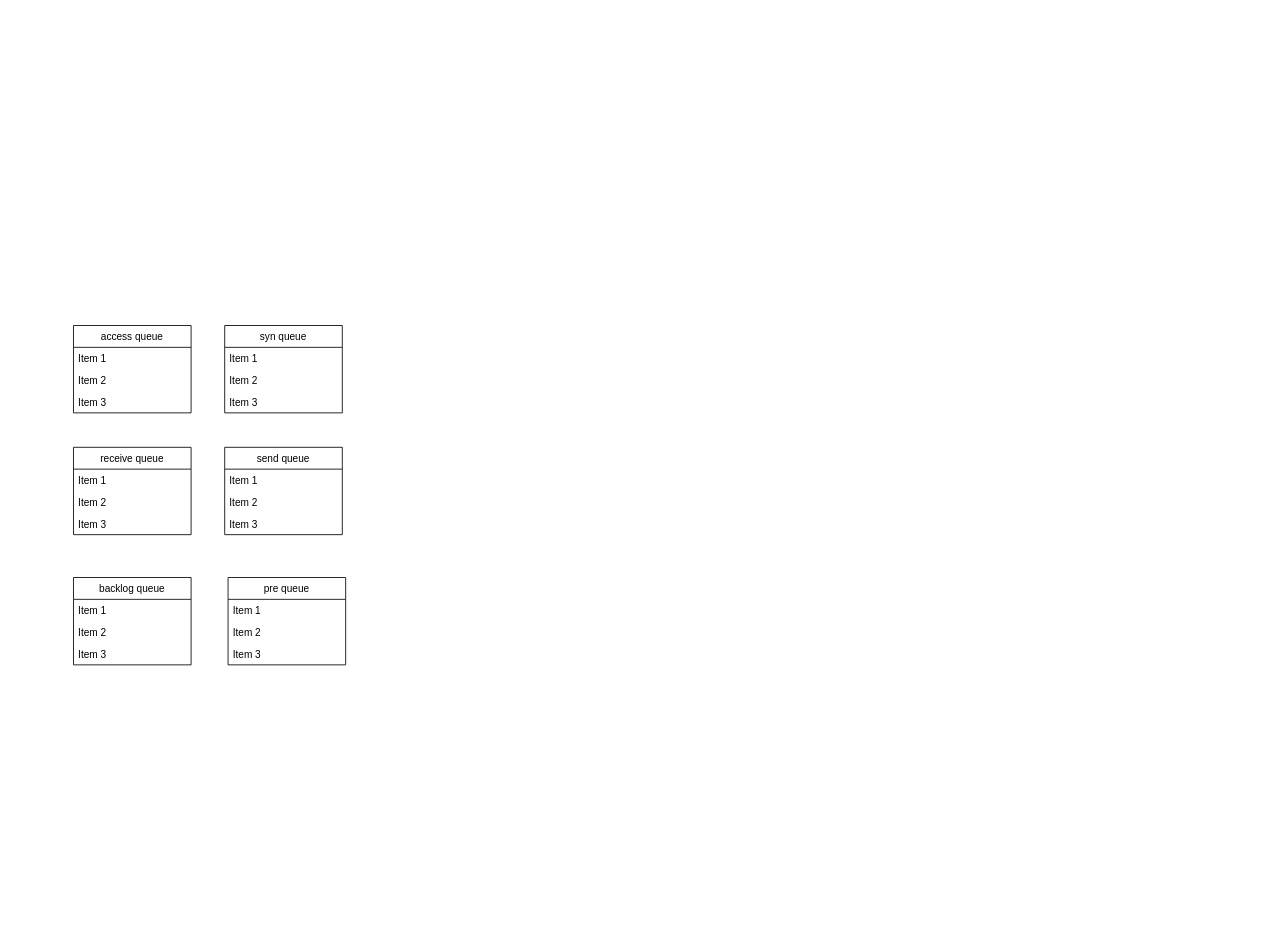
Above: Untitled Diagram.drawio in mqzhifu/drawpic (draw.io), before the change. Source tidied: cells renumbered, new cells numbered last; positions are measured from the earlier drawing's top-left corner, leaving out a move shared by most shapes. Both pictures are drawn from the tidied source at 84%, with x=0, y=0 at pixel (73, 325).
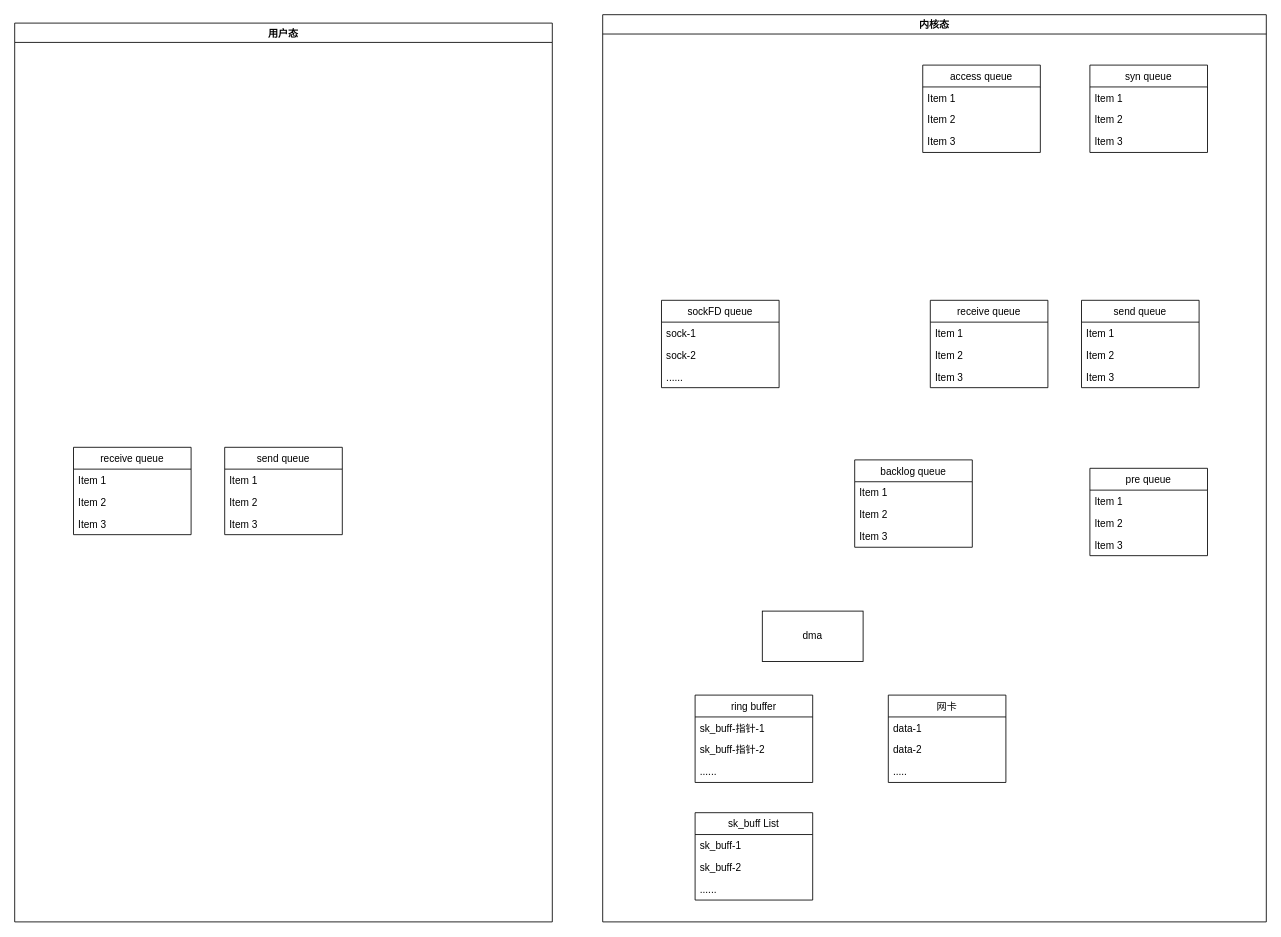
The same diagram, later.

Diff of the diagram source:
```diff
@@
+    <mxCell id="10" value="receive queue" style="swimlane;fontStyle=0;horizontal=1;startSize=26;fillColor=none;" parent="1" vertex="1">
+      <mxGeometry y="145" width="140" height="104" as="geometry" />
+    </mxCell>
+    <mxCell id="11" value="Item 1" style="text;strokeColor=none;fillColor=none;align=left;verticalAlign=top;spacingLeft=4;spacingRight=4;overflow=hidden;" parent="10" vertex="1">
+      <mxGeometry y="26" width="140" height="26" as="geometry" />
+    </mxCell>
+    <mxCell id="12" value="Item 2" style="text;strokeColor=none;fillColor=none;align=left;verticalAlign=top;spacingLeft=4;spacingRight=4;overflow=hidden;" parent="10" vertex="1">
+      <mxGeometry y="52" width="140" height="26" as="geometry" />
+    </mxCell>
+    <mxCell id="13" value="Item 3" style="text;strokeColor=none;fillColor=none;align=left;verticalAlign=top;spacingLeft=4;spacingRight=4;overflow=hidden;" parent="10" vertex="1">
+      <mxGeometry y="78" width="140" height="26" as="geometry" />
+    </mxCell>
+    <mxCell id="14" value="send queue" style="swimlane;fontStyle=0;horizontal=1;startSize=26;fillColor=none;" parent="1" vertex="1">
+      <mxGeometry x="180" y="145" width="140" height="104" as="geometry" />
+    </mxCell>
+    <mxCell id="15" value="Item 1" style="text;strokeColor=none;fillColor=none;align=left;verticalAlign=top;spacingLeft=4;spacingRight=4;overflow=hidden;" parent="14" vertex="1">
+      <mxGeometry y="26" width="140" height="26" as="geometry" />
+    </mxCell>
+    <mxCell id="16" value="Item 2" style="text;strokeColor=none;fillColor=none;align=left;verticalAlign=top;spacingLeft=4;spacingRight=4;overflow=hidden;" parent="14" vertex="1">
+      <mxGeometry y="52" width="140" height="26" as="geometry" />
+    </mxCell>
+    <mxCell id="17" value="Item 3" style="text;strokeColor=none;fillColor=none;align=left;verticalAlign=top;spacingLeft=4;spacingRight=4;overflow=hidden;" parent="14" vertex="1">
+      <mxGeometry y="78" width="140" height="26" as="geometry" />
+    </mxCell>
+    <mxCell id="26" value="内核态" style="swimlane;" parent="1" vertex="1">
+      <mxGeometry x="630" y="-370" width="790" height="1080" as="geometry" />
+    </mxCell>
-    <mxCell id="2" value="access queue" style="swimlane;fontStyle=0;horizontal=1;startSize=26;fillColor=none;" parent="1" vertex="1">
-      <mxGeometry width="140" height="104" as="geometry" />
+    <mxCell id="2" value="access queue" style="swimlane;fontStyle=0;horizontal=1;startSize=26;fillColor=none;" parent="26" vertex="1">
+      <mxGeometry x="381" y="60" width="140" height="104" as="geometry" />
     </mxCell>
@@
-    <mxCell id="6" value="syn queue" style="swimlane;fontStyle=0;horizontal=1;startSize=26;fillColor=none;" parent="1" vertex="1">
-      <mxGeometry x="180" width="140" height="104" as="geometry" />
+    <mxCell id="6" value="syn queue" style="swimlane;fontStyle=0;horizontal=1;startSize=26;fillColor=none;" parent="26" vertex="1">
+      <mxGeometry x="580" y="60" width="140" height="104" as="geometry" />
     </mxCell>
@@
-    <mxCell id="10" value="receive queue" style="swimlane;fontStyle=0;horizontal=1;startSize=26;fillColor=none;" parent="1" vertex="1">
-      <mxGeometry y="145" width="140" height="104" as="geometry" />
-    </mxCell>
-    <mxCell id="11" value="Item 1" style="text;strokeColor=none;fillColor=none;align=left;verticalAlign=top;spacingLeft=4;spacingRight=4;overflow=hidden;" parent="10" vertex="1">
-      <mxGeometry y="26" width="140" height="26" as="geometry" />
-    </mxCell>
-    <mxCell id="12" value="Item 2" style="text;strokeColor=none;fillColor=none;align=left;verticalAlign=top;spacingLeft=4;spacingRight=4;overflow=hidden;" parent="10" vertex="1">
-      <mxGeometry y="52" width="140" height="26" as="geometry" />
-    </mxCell>
-    <mxCell id="13" value="Item 3" style="text;strokeColor=none;fillColor=none;align=left;verticalAlign=top;spacingLeft=4;spacingRight=4;overflow=hidden;" parent="10" vertex="1">
-      <mxGeometry y="78" width="140" height="26" as="geometry" />
-    </mxCell>
-    <mxCell id="14" value="send queue" style="swimlane;fontStyle=0;horizontal=1;startSize=26;fillColor=none;" parent="1" vertex="1">
-      <mxGeometry x="180" y="145" width="140" height="104" as="geometry" />
-    </mxCell>
-    <mxCell id="15" value="Item 1" style="text;strokeColor=none;fillColor=none;align=left;verticalAlign=top;spacingLeft=4;spacingRight=4;overflow=hidden;" parent="14" vertex="1">
-      <mxGeometry y="26" width="140" height="26" as="geometry" />
-    </mxCell>
-    <mxCell id="16" value="Item 2" style="text;strokeColor=none;fillColor=none;align=left;verticalAlign=top;spacingLeft=4;spacingRight=4;overflow=hidden;" parent="14" vertex="1">
-      <mxGeometry y="52" width="140" height="26" as="geometry" />
-    </mxCell>
-    <mxCell id="17" value="Item 3" style="text;strokeColor=none;fillColor=none;align=left;verticalAlign=top;spacingLeft=4;spacingRight=4;overflow=hidden;" parent="14" vertex="1">
-      <mxGeometry y="78" width="140" height="26" as="geometry" />
-    </mxCell>
+    <mxCell id="27" value="receive queue" style="swimlane;fontStyle=0;horizontal=1;startSize=26;fillColor=none;" parent="26" vertex="1">
+      <mxGeometry x="390" y="340" width="140" height="104" as="geometry" />
+    </mxCell>
+    <mxCell id="28" value="Item 1" style="text;strokeColor=none;fillColor=none;align=left;verticalAlign=top;spacingLeft=4;spacingRight=4;overflow=hidden;" parent="27" vertex="1">
+      <mxGeometry y="26" width="140" height="26" as="geometry" />
+    </mxCell>
+    <mxCell id="29" value="Item 2" style="text;strokeColor=none;fillColor=none;align=left;verticalAlign=top;spacingLeft=4;spacingRight=4;overflow=hidden;" parent="27" vertex="1">
+      <mxGeometry y="52" width="140" height="26" as="geometry" />
+    </mxCell>
+    <mxCell id="30" value="Item 3" style="text;strokeColor=none;fillColor=none;align=left;verticalAlign=top;spacingLeft=4;spacingRight=4;overflow=hidden;" parent="27" vertex="1">
+      <mxGeometry y="78" width="140" height="26" as="geometry" />
+    </mxCell>
+    <mxCell id="31" value="send queue" style="swimlane;fontStyle=0;horizontal=1;startSize=26;fillColor=none;" parent="26" vertex="1">
+      <mxGeometry x="570" y="340" width="140" height="104" as="geometry" />
+    </mxCell>
+    <mxCell id="32" value="Item 1" style="text;strokeColor=none;fillColor=none;align=left;verticalAlign=top;spacingLeft=4;spacingRight=4;overflow=hidden;" parent="31" vertex="1">
+      <mxGeometry y="26" width="140" height="26" as="geometry" />
+    </mxCell>
+    <mxCell id="33" value="Item 2" style="text;strokeColor=none;fillColor=none;align=left;verticalAlign=top;spacingLeft=4;spacingRight=4;overflow=hidden;" parent="31" vertex="1">
+      <mxGeometry y="52" width="140" height="26" as="geometry" />
+    </mxCell>
+    <mxCell id="34" value="Item 3" style="text;strokeColor=none;fillColor=none;align=left;verticalAlign=top;spacingLeft=4;spacingRight=4;overflow=hidden;" parent="31" vertex="1">
+      <mxGeometry y="78" width="140" height="26" as="geometry" />
+    </mxCell>
+    <mxCell id="22" value="pre queue" style="swimlane;fontStyle=0;horizontal=1;startSize=26;fillColor=none;" parent="26" vertex="1">
+      <mxGeometry x="580" y="540" width="140" height="104" as="geometry" />
+    </mxCell>
+    <mxCell id="23" value="Item 1" style="text;strokeColor=none;fillColor=none;align=left;verticalAlign=top;spacingLeft=4;spacingRight=4;overflow=hidden;" parent="22" vertex="1">
+      <mxGeometry y="26" width="140" height="26" as="geometry" />
+    </mxCell>
+    <mxCell id="24" value="Item 2" style="text;strokeColor=none;fillColor=none;align=left;verticalAlign=top;spacingLeft=4;spacingRight=4;overflow=hidden;" parent="22" vertex="1">
+      <mxGeometry y="52" width="140" height="26" as="geometry" />
+    </mxCell>
+    <mxCell id="25" value="Item 3" style="text;strokeColor=none;fillColor=none;align=left;verticalAlign=top;spacingLeft=4;spacingRight=4;overflow=hidden;" parent="22" vertex="1">
+      <mxGeometry y="78" width="140" height="26" as="geometry" />
+    </mxCell>
-    <mxCell id="18" value="backlog queue" style="swimlane;fontStyle=0;horizontal=1;startSize=26;fillColor=none;" parent="1" vertex="1">
-      <mxGeometry y="300" width="140" height="104" as="geometry" />
+    <mxCell id="18" value="backlog queue" style="swimlane;fontStyle=0;horizontal=1;startSize=26;fillColor=none;" parent="26" vertex="1">
+      <mxGeometry x="300" y="530" width="140" height="104" as="geometry" />
     </mxCell>
@@
-    <mxCell id="22" value="pre queue" style="swimlane;fontStyle=0;horizontal=1;startSize=26;fillColor=none;" parent="1" vertex="1">
-      <mxGeometry x="184" y="300" width="140" height="104" as="geometry" />
-    </mxCell>
-    <mxCell id="23" value="Item 1" style="text;strokeColor=none;fillColor=none;align=left;verticalAlign=top;spacingLeft=4;spacingRight=4;overflow=hidden;" parent="22" vertex="1">
-      <mxGeometry y="26" width="140" height="26" as="geometry" />
-    </mxCell>
-    <mxCell id="24" value="Item 2" style="text;strokeColor=none;fillColor=none;align=left;verticalAlign=top;spacingLeft=4;spacingRight=4;overflow=hidden;" parent="22" vertex="1">
-      <mxGeometry y="52" width="140" height="26" as="geometry" />
-    </mxCell>
-    <mxCell id="25" value="Item 3" style="text;strokeColor=none;fillColor=none;align=left;verticalAlign=top;spacingLeft=4;spacingRight=4;overflow=hidden;" parent="22" vertex="1">
-      <mxGeometry y="78" width="140" height="26" as="geometry" />
-    </mxCell>
+    <mxCell id="35" value="dma" style="rounded=0;whiteSpace=wrap;html=1;" parent="26" vertex="1">
+      <mxGeometry x="190" y="710" width="120" height="60" as="geometry" />
+    </mxCell>
+    <mxCell id="36" value="ring buffer" style="swimlane;fontStyle=0;horizontal=1;startSize=26;fillColor=none;" parent="26" vertex="1">
+      <mxGeometry x="110" y="810" width="140" height="104" as="geometry" />
+    </mxCell>
+    <mxCell id="37" value="sk_buff-指针-1" style="text;strokeColor=none;fillColor=none;align=left;verticalAlign=top;spacingLeft=4;spacingRight=4;overflow=hidden;" parent="36" vertex="1">
+      <mxGeometry y="26" width="140" height="26" as="geometry" />
+    </mxCell>
+    <mxCell id="38" value="sk_buff-指针-2" style="text;strokeColor=none;fillColor=none;align=left;verticalAlign=top;spacingLeft=4;spacingRight=4;overflow=hidden;" parent="36" vertex="1">
+      <mxGeometry y="52" width="140" height="26" as="geometry" />
+    </mxCell>
+    <mxCell id="39" value="......" style="text;strokeColor=none;fillColor=none;align=left;verticalAlign=top;spacingLeft=4;spacingRight=4;overflow=hidden;" parent="36" vertex="1">
+      <mxGeometry y="78" width="140" height="26" as="geometry" />
+    </mxCell>
+    <mxCell id="40" value="网卡" style="swimlane;fontStyle=0;horizontal=1;startSize=26;fillColor=none;" parent="26" vertex="1">
+      <mxGeometry x="340" y="810" width="140" height="104" as="geometry" />
+    </mxCell>
+    <mxCell id="41" value="data-1" style="text;strokeColor=none;fillColor=none;align=left;verticalAlign=top;spacingLeft=4;spacingRight=4;overflow=hidden;" parent="40" vertex="1">
+      <mxGeometry y="26" width="140" height="26" as="geometry" />
+    </mxCell>
+    <mxCell id="42" value="data-2" style="text;strokeColor=none;fillColor=none;align=left;verticalAlign=top;spacingLeft=4;spacingRight=4;overflow=hidden;" parent="40" vertex="1">
+      <mxGeometry y="52" width="140" height="26" as="geometry" />
+    </mxCell>
+    <mxCell id="43" value="....." style="text;strokeColor=none;fillColor=none;align=left;verticalAlign=top;spacingLeft=4;spacingRight=4;overflow=hidden;" parent="40" vertex="1">
+      <mxGeometry y="78" width="140" height="26" as="geometry" />
+    </mxCell>
+    <mxCell id="44" value="sockFD queue" style="swimlane;fontStyle=0;horizontal=1;startSize=26;fillColor=none;" parent="26" vertex="1">
+      <mxGeometry x="70" y="340" width="140" height="104" as="geometry" />
+    </mxCell>
+    <mxCell id="45" value="sock-1" style="text;strokeColor=none;fillColor=none;align=left;verticalAlign=top;spacingLeft=4;spacingRight=4;overflow=hidden;" parent="44" vertex="1">
+      <mxGeometry y="26" width="140" height="26" as="geometry" />
+    </mxCell>
+    <mxCell id="46" value="sock-2" style="text;strokeColor=none;fillColor=none;align=left;verticalAlign=top;spacingLeft=4;spacingRight=4;overflow=hidden;" parent="44" vertex="1">
+      <mxGeometry y="52" width="140" height="26" as="geometry" />
+    </mxCell>
+    <mxCell id="47" value="......" style="text;strokeColor=none;fillColor=none;align=left;verticalAlign=top;spacingLeft=4;spacingRight=4;overflow=hidden;" parent="44" vertex="1">
+      <mxGeometry y="78" width="140" height="26" as="geometry" />
+    </mxCell>
+    <mxCell id="48" value="sk_buff List" style="swimlane;fontStyle=0;horizontal=1;startSize=26;fillColor=none;" parent="26" vertex="1">
+      <mxGeometry x="110" y="950" width="140" height="104" as="geometry" />
+    </mxCell>
+    <mxCell id="49" value="sk_buff-1" style="text;strokeColor=none;fillColor=none;align=left;verticalAlign=top;spacingLeft=4;spacingRight=4;overflow=hidden;" parent="48" vertex="1">
+      <mxGeometry y="26" width="140" height="26" as="geometry" />
+    </mxCell>
+    <mxCell id="50" value="sk_buff-2" style="text;strokeColor=none;fillColor=none;align=left;verticalAlign=top;spacingLeft=4;spacingRight=4;overflow=hidden;" parent="48" vertex="1">
+      <mxGeometry y="52" width="140" height="26" as="geometry" />
+    </mxCell>
+    <mxCell id="51" value="......" style="text;strokeColor=none;fillColor=none;align=left;verticalAlign=top;spacingLeft=4;spacingRight=4;overflow=hidden;" parent="48" vertex="1">
+      <mxGeometry y="78" width="140" height="26" as="geometry" />
+    </mxCell>
+    <mxCell id="52" value="用户态" style="swimlane;" parent="1" vertex="1">
+      <mxGeometry x="-70" y="-360" width="640" height="1070" as="geometry" />
+    </mxCell>
```
